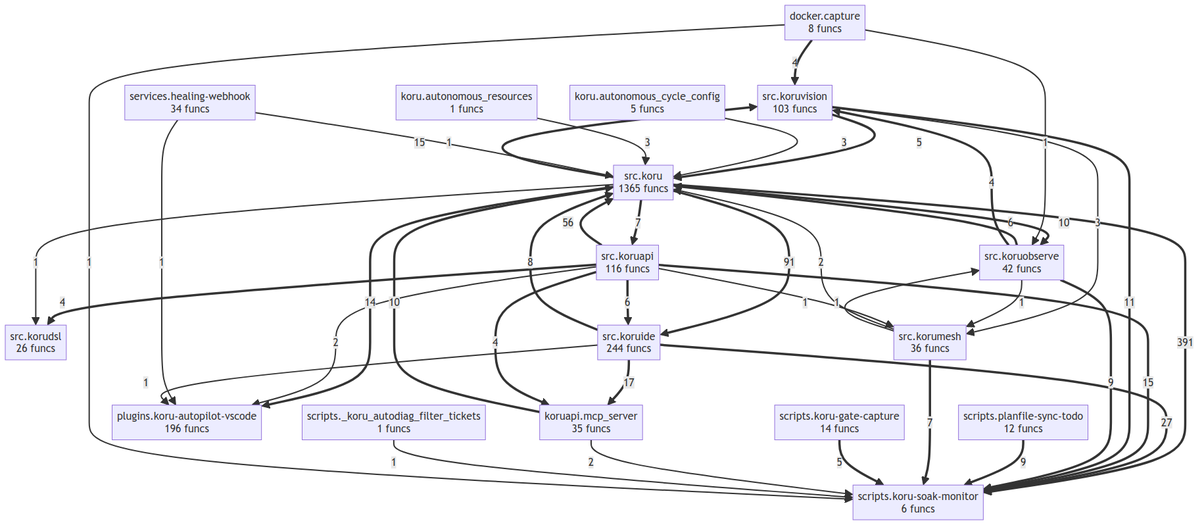
Earlier version of the Mermaid export project/compact_flow.png (semcod/koru). Its source is kept beside it as project/compact_flow.mmd.
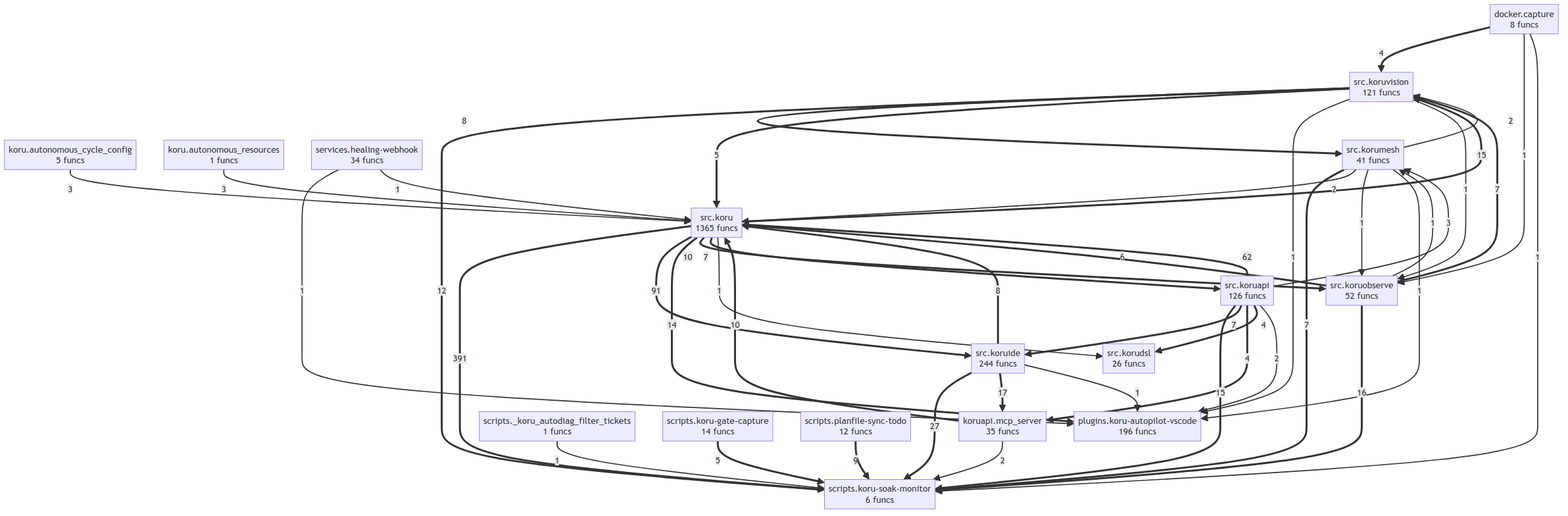
Above is the later version.

Change to the diagram source:
```diff
@@ -10,49 +10,53 @@
     scripts__planfile_sync_todo["scripts.planfile-sync-todo<br/>12 funcs"]
     services__healing_webhook["services.healing-webhook<br/>34 funcs"]
     src__koru["src.koru<br/>1365 funcs"]
-    src__koruapi["src.koruapi<br/>116 funcs"]
+    src__koruapi["src.koruapi<br/>126 funcs"]
     src__korudsl["src.korudsl<br/>26 funcs"]
     src__koruide["src.koruide<br/>244 funcs"]
-    src__korumesh["src.korumesh<br/>36 funcs"]
-    src__koruobserve["src.koruobserve<br/>42 funcs"]
-    src__koruvision["src.koruvision<br/>103 funcs"]
+    src__korumesh["src.korumesh<br/>41 funcs"]
+    src__koruobserve["src.koruobserve<br/>52 funcs"]
+    src__koruvision["src.koruvision<br/>121 funcs"]
     src__koru ==>|391| scripts__koru_soak_monitor
     src__koru ==>|91| src__koruide
-    src__koruapi ==>|56| src__koru
+    src__koruapi ==>|62| src__koru
     src__koruide ==>|27| scripts__koru_soak_monitor
     src__koruide ==>|17| koruapi__mcp_server
+    src__koruobserve ==>|16| scripts__koru_soak_monitor
     src__koruapi ==>|15| scripts__koru_soak_monitor
     src__koru ==>|15| src__koruvision
     src__koru ==>|14| plugins__koru_autopilot_vscode
-    src__koruvision ==>|11| scripts__koru_soak_monitor
+    src__koruvision ==>|12| scripts__koru_soak_monitor
     koruapi__mcp_server ==>|10| src__koru
     src__koru ==>|10| src__koruobserve
-    src__koruobserve ==>|9| scripts__koru_soak_monitor
     scripts__planfile_sync_todo ==>|9| scripts__koru_soak_monitor
     src__koruide ==>|8| src__koru
+    src__koruvision ==>|8| src__korumesh
+    src__koruobserve ==>|7| src__koruvision
+    src__koruapi ==>|7| src__koruide
     src__korumesh ==>|7| scripts__koru_soak_monitor
     src__koru ==>|7| src__koruapi
     src__koruobserve ==>|6| src__koru
-    src__koruapi ==>|6| src__koruide
     src__koruvision ==>|5| src__koru
     scripts__koru_gate_capture ==>|5| scripts__koru_soak_monitor
-    src__koruobserve ==>|4| src__koruvision
     src__koruapi ==>|4| koruapi__mcp_server
     src__koruapi ==>|4| src__korudsl
     docker__capture ==>|4| src__koruvision
-    src__koruvision -->|3| src__korumesh
     koru__autonomous_cycle_config -->|3| src__koru
     koru__autonomous_resources -->|3| src__koru
+    src__koruapi -->|3| src__korumesh
     src__koruapi -->|2| plugins__koru_autopilot_vscode
     koruapi__mcp_server -->|2| scripts__koru_soak_monitor
     src__korumesh -->|2| src__koru
+    src__korumesh -->|2| src__koruvision
     services__healing_webhook -->|1| plugins__koru_autopilot_vscode
     services__healing_webhook -->|1| src__koru
     src__koruobserve -->|1| src__korumesh
     src__korumesh -->|1| src__koruobserve
     src__koruide -->|1| plugins__koru_autopilot_vscode
     src__koru -->|1| src__korudsl
-    scripts___koru_autodiag_filter_tickets -->|1| scripts__koru_soak_monitor
-    src__koruapi -->|1| src__korumesh
     docker__capture -->|1| src__koruobserve
     docker__capture -->|1| scripts__koru_soak_monitor
+    scripts___koru_autodiag_filter_tickets -->|1| scripts__koru_soak_monitor
+    src__koruvision -->|1| plugins__koru_autopilot_vscode
+    src__koruvision -->|1| src__koruobserve
+    src__korumesh -->|1| plugins__koru_autopilot_vscode
```
